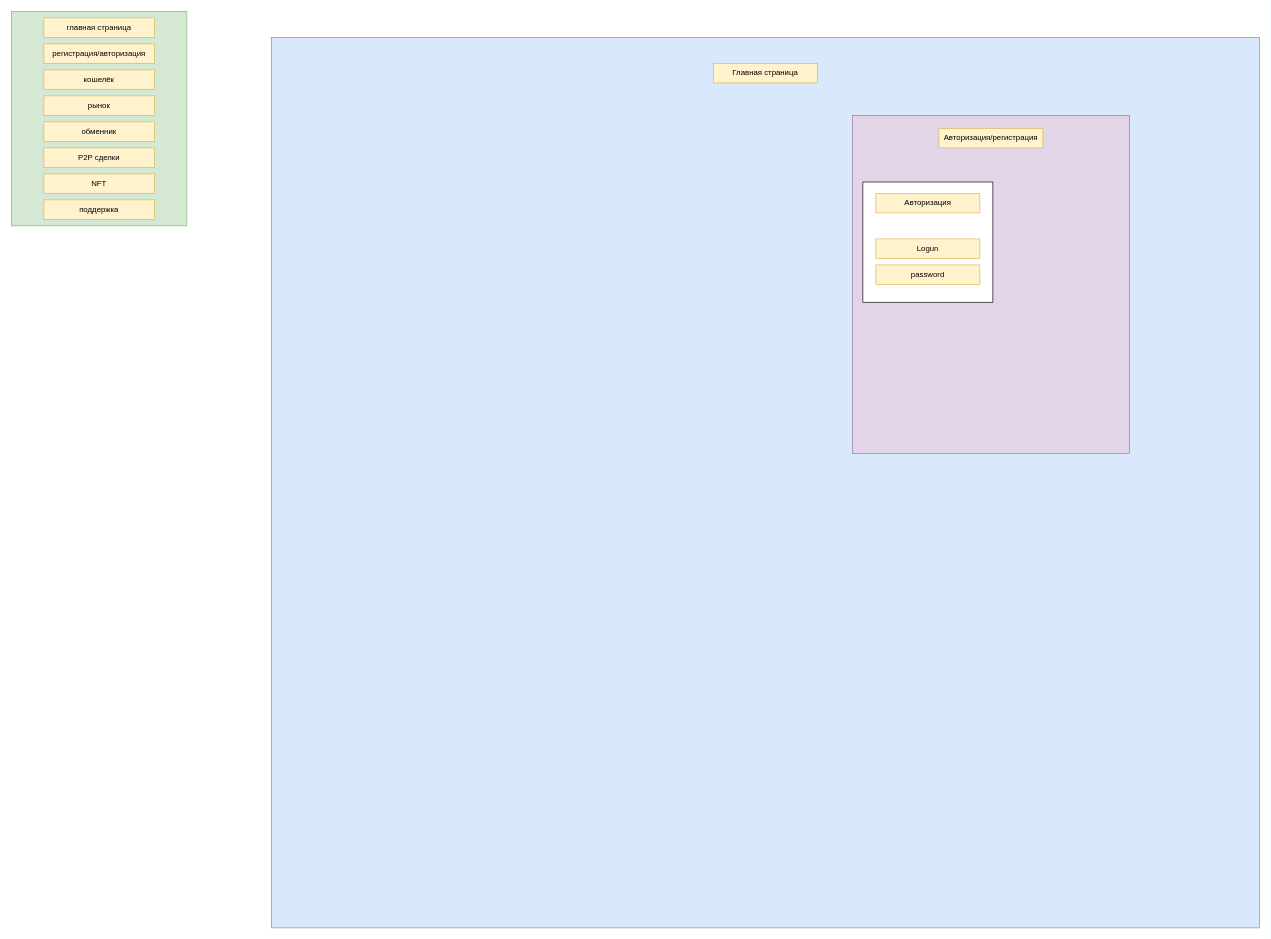
Before: lesson.drawio in Vlad1995new/Lesson, a draw.io diagram. Source tidied: cells renumbered, new cells numbered last; positions are measured from the earlier drawing's top-left corner, leaving out a move shared by most shapes. Both pictures are drawn from the tidied source at 65%, with x=0, y=0 at pixel (11, 11).
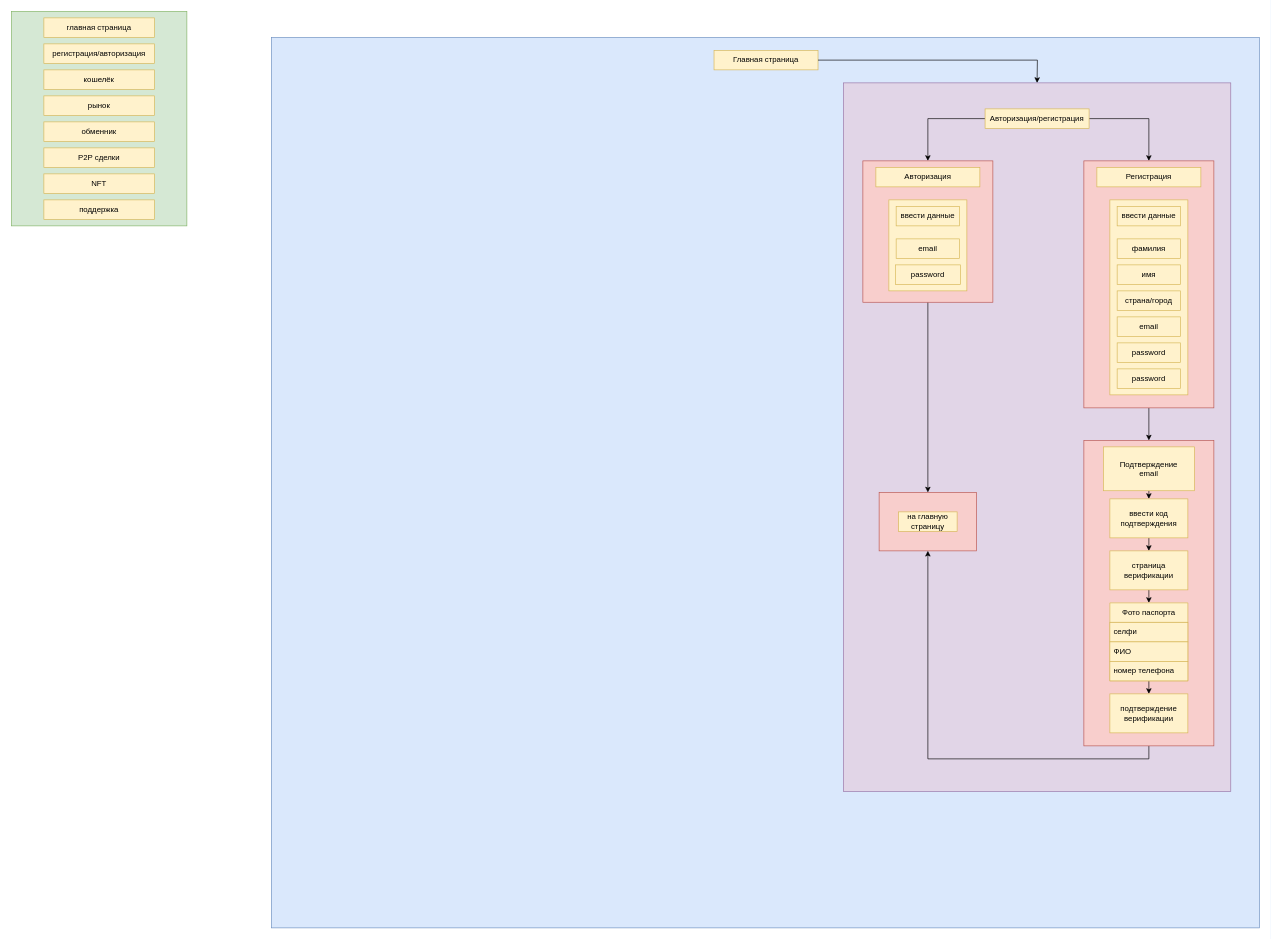
The same diagram, later.

Diff of the diagram source:
```diff
@@
     <mxCell id="20" value="Главная страница" style="text;html=1;strokeColor=#d6b656;fillColor=#fff2cc;align=center;verticalAlign=middle;whiteSpace=wrap;rounded=0;" parent="1" vertex="1">
-      <mxGeometry x="1080" y="80" width="160" height="30" as="geometry" />
+      <mxGeometry x="1081" y="60" width="160" height="30" as="geometry" />
     </mxCell>
     <mxCell id="21" style="rounded=0;whiteSpace=wrap;html=1;fillColor=#e1d5e7;strokeColor=#9673a6;" parent="1" vertex="1">
-      <mxGeometry x="1294" y="160" width="426" height="520" as="geometry" />
+      <mxGeometry x="1280" y="110" width="596" height="1090" as="geometry" />
     </mxCell>
+    <mxCell id="27" style="edgeStyle=orthogonalEdgeStyle;rounded=0;jettySize=auto;html=1;exitX=0;exitY=0.5;exitDx=0;exitDy=0;" parent="1" edge="1" source="22" target="23">
+      <mxGeometry relative="1" as="geometry" />
+    </mxCell>
+    <mxCell id="28" style="edgeStyle=orthogonalEdgeStyle;rounded=0;jettySize=auto;html=1;entryX=0.5;entryY=0;entryDx=0;entryDy=0;exitX=1;exitY=0.5;exitDx=0;exitDy=0;" parent="1" edge="1" source="22" target="35">
+      <mxGeometry relative="1" as="geometry" />
+    </mxCell>
     <mxCell id="22" value="Авторизация/регистрация" style="text;html=1;strokeColor=#d6b656;fillColor=#fff2cc;align=center;verticalAlign=middle;whiteSpace=wrap;rounded=0;" parent="1" vertex="1">
-      <mxGeometry x="1427" y="180" width="160" height="30" as="geometry" />
+      <mxGeometry x="1498" y="150" width="160" height="30" as="geometry" />
     </mxCell>
+    <mxCell id="29" style="edgeStyle=orthogonalEdgeStyle;rounded=0;jettySize=auto;html=1;" parent="1" edge="1" source="23" target="30">
+      <mxGeometry relative="1" as="geometry" />
+    </mxCell>
-    <mxCell id="23" style="rounded=0;whiteSpace=wrap;html=1;" parent="1" vertex="1">
-      <mxGeometry x="1310" y="262.5" width="200" height="185" as="geometry" />
+    <mxCell id="23" style="rounded=0;whiteSpace=wrap;html=1;fillColor=#f8cecc;strokeColor=#b85450;" parent="1" vertex="1">
+      <mxGeometry x="1310" y="230" width="200" height="217.5" as="geometry" />
     </mxCell>
     <mxCell id="24" value="Авторизация" style="text;html=1;strokeColor=#d6b656;fillColor=#fff2cc;align=center;verticalAlign=middle;whiteSpace=wrap;rounded=0;" parent="1" vertex="1">
-      <mxGeometry x="1330" y="280" width="160" height="30" as="geometry" />
+      <mxGeometry x="1330" y="240" width="160" height="30" as="geometry" />
     </mxCell>
+    <mxCell id="30" style="rounded=0;whiteSpace=wrap;html=1;fillColor=#f8cecc;strokeColor=#b85450;" parent="1" vertex="1">
+      <mxGeometry x="1335" y="740" width="150" height="90" as="geometry" />
+    </mxCell>
+    <mxCell id="31" value="на главную страницу" style="text;html=1;strokeColor=#d6b656;fillColor=#fff2cc;align=center;verticalAlign=middle;whiteSpace=wrap;rounded=0;" parent="1" vertex="1">
+      <mxGeometry x="1365" y="770" width="90" height="30" as="geometry" />
+    </mxCell>
+    <mxCell id="32" style="rounded=0;whiteSpace=wrap;html=1;fillColor=#fff2cc;strokeColor=#d6b656;" parent="1" vertex="1">
+      <mxGeometry x="1350" y="290" width="120" height="140" as="geometry" />
+    </mxCell>
-    <mxCell id="25" value="Logun" style="text;html=1;strokeColor=#d6b656;fillColor=#fff2cc;align=center;verticalAlign=middle;whiteSpace=wrap;rounded=0;" parent="1" vertex="1">
-      <mxGeometry x="1330" y="350" width="160" height="30" as="geometry" />
+    <mxCell id="25" value="email" style="text;html=1;strokeColor=#d6b656;fillColor=#fff2cc;align=center;verticalAlign=middle;whiteSpace=wrap;rounded=0;" parent="1" vertex="1">
+      <mxGeometry x="1361.2" y="350" width="97.5" height="30" as="geometry" />
     </mxCell>
     <mxCell id="26" value="password" style="text;html=1;strokeColor=#d6b656;fillColor=#fff2cc;align=center;verticalAlign=middle;whiteSpace=wrap;rounded=0;" parent="1" vertex="1">
-      <mxGeometry x="1330" y="390" width="160" height="30" as="geometry" />
+      <mxGeometry x="1360" y="390" width="100" height="30" as="geometry" />
     </mxCell>
+    <mxCell id="33" value="ввести данные" style="text;html=1;strokeColor=#d6b656;fillColor=#fff2cc;align=center;verticalAlign=middle;whiteSpace=wrap;rounded=0;" parent="1" vertex="1">
+      <mxGeometry x="1361.2" y="300" width="97.5" height="30" as="geometry" />
+    </mxCell>
+    <mxCell id="34" style="edgeStyle=orthogonalEdgeStyle;rounded=0;jettySize=auto;html=1;entryX=0.5;entryY=0;entryDx=0;entryDy=0;exitX=0.5;exitY=1;exitDx=0;exitDy=0;" parent="1" edge="1" source="35" target="47">
+      <mxGeometry relative="1" as="geometry" />
+    </mxCell>
+    <mxCell id="35" style="rounded=0;whiteSpace=wrap;html=1;fillColor=#f8cecc;strokeColor=#b85450;" parent="1" vertex="1">
+      <mxGeometry x="1650" y="230" width="200" height="380" as="geometry" />
+    </mxCell>
+    <mxCell id="36" value="Регистрация" style="text;html=1;strokeColor=#d6b656;fillColor=#fff2cc;align=center;verticalAlign=middle;whiteSpace=wrap;rounded=0;" parent="1" vertex="1">
+      <mxGeometry x="1670" y="240" width="160" height="30" as="geometry" />
+    </mxCell>
+    <mxCell id="37" style="rounded=0;whiteSpace=wrap;html=1;fillColor=#fff2cc;strokeColor=#d6b656;" parent="1" vertex="1">
+      <mxGeometry x="1690" y="290" width="120" height="300" as="geometry" />
+    </mxCell>
+    <mxCell id="38" value="ввести данные" style="text;html=1;strokeColor=#d6b656;fillColor=#fff2cc;align=center;verticalAlign=middle;whiteSpace=wrap;rounded=0;" parent="1" vertex="1">
+      <mxGeometry x="1701.2" y="300" width="97.5" height="30" as="geometry" />
+    </mxCell>
+    <mxCell id="39" value="фамилия" style="text;html=1;strokeColor=#d6b656;fillColor=#fff2cc;align=center;verticalAlign=middle;whiteSpace=wrap;rounded=0;" parent="1" vertex="1">
+      <mxGeometry x="1701.2" y="350" width="97.5" height="30" as="geometry" />
+    </mxCell>
+    <mxCell id="40" value="имя" style="text;html=1;strokeColor=#d6b656;fillColor=#fff2cc;align=center;verticalAlign=middle;whiteSpace=wrap;rounded=0;" parent="1" vertex="1">
+      <mxGeometry x="1701.2" y="390" width="97.5" height="30" as="geometry" />
+    </mxCell>
+    <mxCell id="41" value="страна/город" style="text;html=1;strokeColor=#d6b656;fillColor=#fff2cc;align=center;verticalAlign=middle;whiteSpace=wrap;rounded=0;" parent="1" vertex="1">
+      <mxGeometry x="1701.2" y="430" width="97.5" height="30" as="geometry" />
+    </mxCell>
+    <mxCell id="42" value="email" style="text;html=1;strokeColor=#d6b656;fillColor=#fff2cc;align=center;verticalAlign=middle;whiteSpace=wrap;rounded=0;" parent="1" vertex="1">
+      <mxGeometry x="1701.2" y="470" width="97.5" height="30" as="geometry" />
+    </mxCell>
+    <mxCell id="43" value="password" style="text;html=1;strokeColor=#d6b656;fillColor=#fff2cc;align=center;verticalAlign=middle;whiteSpace=wrap;rounded=0;" parent="1" vertex="1">
+      <mxGeometry x="1701.2" y="510" width="97.5" height="30" as="geometry" />
+    </mxCell>
+    <mxCell id="44" value="password" style="text;html=1;strokeColor=#d6b656;fillColor=#fff2cc;align=center;verticalAlign=middle;whiteSpace=wrap;rounded=0;" parent="1" vertex="1">
+      <mxGeometry x="1701.2" y="550" width="97.5" height="30" as="geometry" />
+    </mxCell>
+    <mxCell id="45" style="edgeStyle=orthogonalEdgeStyle;rounded=0;jettySize=auto;html=1;" parent="1" edge="1" source="20">
+      <mxGeometry relative="1" as="geometry">
+        <mxPoint x="1578" y="110" as="targetPoint" />
+      </mxGeometry>
+    </mxCell>
+    <mxCell id="46" style="edgeStyle=orthogonalEdgeStyle;rounded=0;jettySize=auto;html=1;exitX=0.5;exitY=1;exitDx=0;exitDy=0;entryX=0.5;entryY=1;entryDx=0;entryDy=0;" parent="1" edge="1" source="47" target="30">
+      <mxGeometry relative="1" as="geometry" />
+    </mxCell>
+    <mxCell id="47" style="rounded=0;whiteSpace=wrap;html=1;fillColor=#f8cecc;strokeColor=#b85450;" parent="1" vertex="1">
+      <mxGeometry x="1650" y="660" width="200" height="470" as="geometry" />
+    </mxCell>
+    <mxCell id="48" style="edgeStyle=orthogonalEdgeStyle;rounded=0;jettySize=auto;html=1;exitX=0.5;exitY=1;exitDx=0;exitDy=0;entryX=0.5;entryY=0;entryDx=0;entryDy=0;" parent="1" edge="1" source="49" target="51">
+      <mxGeometry relative="1" as="geometry" />
+    </mxCell>
+    <mxCell id="49" style="rounded=0;whiteSpace=wrap;html=1;fillColor=#fff2cc;strokeColor=#d6b656;" parent="1" vertex="1">
+      <mxGeometry x="1680" y="670" width="140" height="67.5" as="geometry" />
+    </mxCell>
+    <mxCell id="50" style="edgeStyle=orthogonalEdgeStyle;rounded=0;jettySize=auto;html=1;exitX=0.5;exitY=1;exitDx=0;exitDy=0;entryX=0.5;entryY=0;entryDx=0;entryDy=0;" parent="1" edge="1" source="51" target="53">
+      <mxGeometry relative="1" as="geometry" />
+    </mxCell>
+    <mxCell id="51" value="ввести код подтверждения" style="rounded=0;whiteSpace=wrap;html=1;fillColor=#fff2cc;strokeColor=#d6b656;" parent="1" vertex="1">
+      <mxGeometry x="1690" y="750" width="120" height="60" as="geometry" />
+    </mxCell>
+    <mxCell id="52" style="edgeStyle=orthogonalEdgeStyle;rounded=0;jettySize=auto;html=1;exitX=0.5;exitY=1;exitDx=0;exitDy=0;entryX=0.5;entryY=0;entryDx=0;entryDy=0;" parent="1" edge="1" source="53">
+      <mxGeometry relative="1" as="geometry">
+        <mxPoint x="1750" y="910" as="targetPoint" />
+      </mxGeometry>
+    </mxCell>
+    <mxCell id="53" value="страница верификации" style="rounded=0;whiteSpace=wrap;html=1;fillColor=#fff2cc;strokeColor=#d6b656;" parent="1" vertex="1">
+      <mxGeometry x="1690" y="830" width="120" height="60" as="geometry" />
+    </mxCell>
+    <mxCell id="54" value="Подтверждение email" style="text;html=1;strokeColor=none;fillColor=none;align=center;verticalAlign=middle;whiteSpace=wrap;rounded=0;" parent="1" vertex="1">
+      <mxGeometry x="1720" y="689" width="60" height="30" as="geometry" />
+    </mxCell>
+    <mxCell id="55" style="edgeStyle=orthogonalEdgeStyle;rounded=0;jettySize=auto;html=1;exitX=0.5;exitY=1;exitDx=0;exitDy=0;entryX=0.5;entryY=0;entryDx=0;entryDy=0;" parent="1" edge="1" source="56" target="60">
+      <mxGeometry relative="1" as="geometry" />
+    </mxCell>
+    <mxCell id="56" value="Фото паспорта" style="swimlane;fontStyle=0;horizontal=1;startSize=30;whiteSpace=wrap;html=1;fillColor=#fff2cc;strokeColor=#d6b656;" parent="1" vertex="1">
+      <mxGeometry x="1690" y="910" width="120" height="120" as="geometry" />
+    </mxCell>
+    <mxCell id="57" value="селфи" style="text;strokeColor=#d6b656;fillColor=#fff2cc;align=left;verticalAlign=middle;spacingLeft=4;spacingRight=4;overflow=hidden;whiteSpace=wrap;html=1;" parent="56" vertex="1">
+      <mxGeometry y="30" width="120" height="30" as="geometry" />
+    </mxCell>
+    <mxCell id="58" value="ФИО" style="text;strokeColor=#d6b656;fillColor=#fff2cc;align=left;verticalAlign=middle;spacingLeft=4;spacingRight=4;overflow=hidden;whiteSpace=wrap;html=1;" parent="56" vertex="1">
+      <mxGeometry y="60" width="120" height="30" as="geometry" />
+    </mxCell>
+    <mxCell id="59" value="номер телефона" style="text;strokeColor=#d6b656;fillColor=#fff2cc;align=left;verticalAlign=middle;spacingLeft=4;spacingRight=4;overflow=hidden;whiteSpace=wrap;html=1;" parent="56" vertex="1">
+      <mxGeometry y="90" width="120" height="30" as="geometry" />
+    </mxCell>
+    <mxCell id="60" value="подтверждение верификации" style="rounded=0;whiteSpace=wrap;html=1;fillColor=#fff2cc;strokeColor=#d6b656;" parent="1" vertex="1">
+      <mxGeometry x="1690" y="1050" width="120" height="60" as="geometry" />
+    </mxCell>
```
